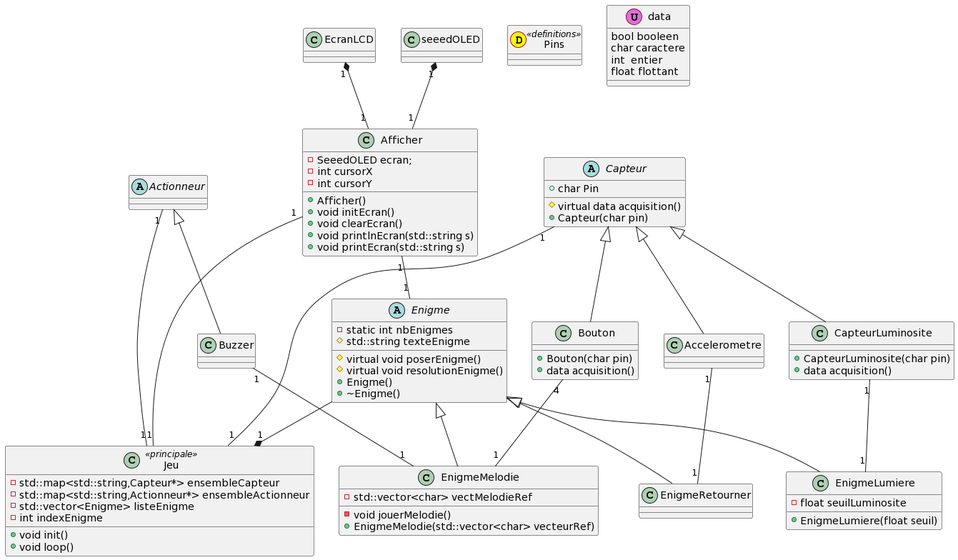
The PlantUML diagram dclass.png in G-DeFreitas/BE_CPP, before a commit.
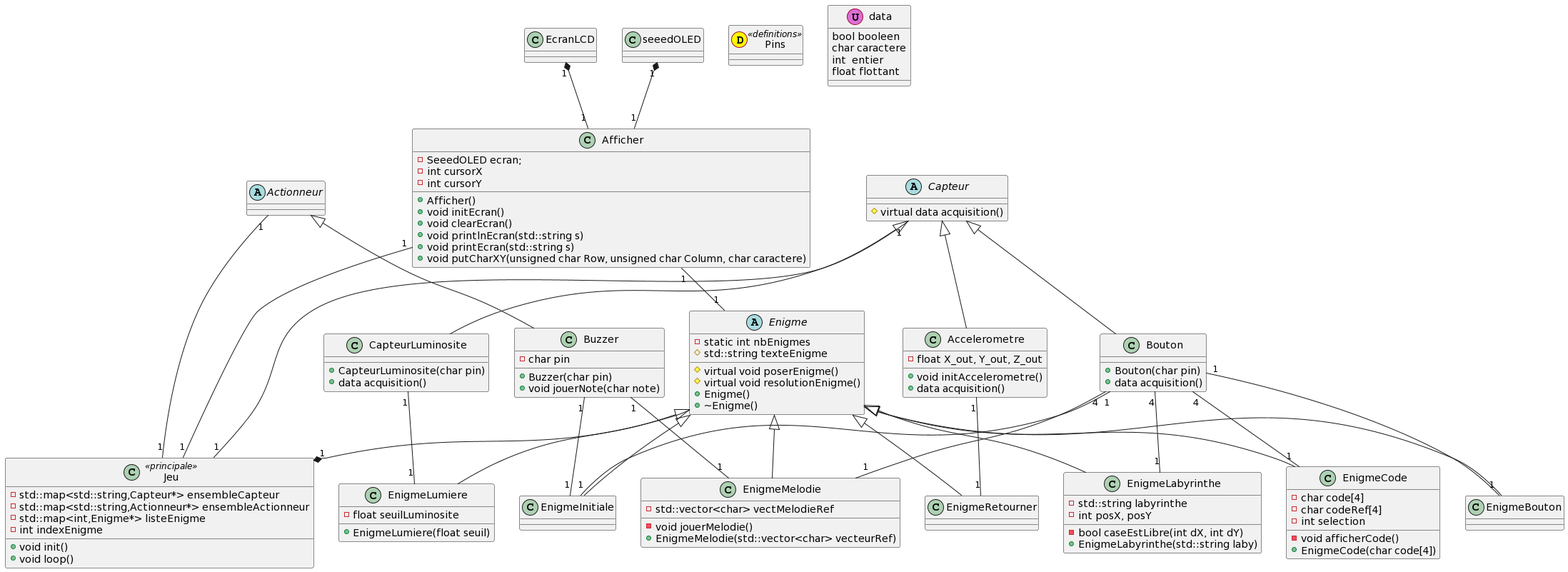
The same file after the commit.

Commit message:
caseEstLibre privée

Change to the diagram source:
```diff
@@ -2,7 +2,7 @@
 class Jeu  << principale >> {
 - std::map<std::string,Capteur*> ensembleCapteur
 - std::map<std::string,Actionneur*> ensembleActionneur
-- std::vector<Enigme> listeEnigme
+- std::map<int,Enigme*> listeEnigme
 - int indexEnigme
 +void init()
 +void loop()
@@ -19,6 +19,7 @@
 +~Enigme()
 }
 
+class EnigmeInitiale
 class EnigmeMelodie{
 -void jouerMelodie()
 -std::vector<char> vectMelodieRef
@@ -29,11 +30,23 @@
 - float seuilLuminosite
 + EnigmeLumiere(float seuil)
 }
+class EnigmeLabyrinthe{
+- std::string labyrinthe
+- int posX, posY
+- bool caseEstLibre(int dX, int dY)
++ EnigmeLabyrinthe(std::string laby)
+}
+class EnigmeCode{
+- char code[4]
+- char codeRef[4]
+- int selection
+- void afficherCode()
++ EnigmeCode(char code[4])
+}
+class EnigmeBouton
 
 abstract class Capteur {
-+char Pin
 #virtual data acquisition()
-+Capteur(char pin)
 }
 
 class Bouton {
@@ -41,7 +54,11 @@
 +data acquisition()
 }
 
-class Accelerometre
+class Accelerometre{
+- float X_out, Y_out, Z_out
++ void initAccelerometre()
++ data acquisition()
+}
 class CapteurLuminosite{
 +CapteurLuminosite(char pin)
 +data acquisition()
@@ -56,13 +73,18 @@
 +void clearEcran()
 +void printlnEcran(std::string s)
 +void printEcran(std::string s)
++ void putCharXY(unsigned char Row, unsigned char Column, char caractere)
 }
 
 
 abstract class Actionneur
 class EcranLCD
 class seeedOLED
-class Buzzer
+class Buzzer {
+- char pin
++ Buzzer(char pin)
++ void jouerNote(char note)
+}
 
 class data << (U,orchid) >> {
 bool booleen
@@ -77,14 +99,26 @@
 Jeu "1" -up- "1" Afficher
 Enigme "1" -up- "1" Afficher
 
+
+Enigme <|-down- EnigmeInitiale
 Enigme <|-down- EnigmeMelodie
 Enigme <|-down- EnigmeRetourner
 Enigme <|-down- EnigmeLumiere
+Enigme <|-down- EnigmeLabyrinthe
+Enigme <|-down- EnigmeCode
+Enigme <|-down- EnigmeBouton
+
+
 
 EnigmeRetourner "1" -up- "1"  Accelerometre
 EnigmeMelodie     "1" -up- "4"  Bouton
 EnigmeMelodie     "1" -up- "1"  Buzzer
 EnigmeLumiere   "1" -up- "1"  CapteurLuminosite
+EnigmeLabyrinthe     "1" -up- "4"  Bouton
+EnigmeInitiale     "1" -up- "1"  Bouton
+EnigmeInitiale     "1" -up- "1"  Buzzer
+EnigmeCode     "1" -up- "4"  Bouton
+EnigmeBouton     "1" -up- "1"  Bouton
 
 Actionneur <|-down- Buzzer
 
```
